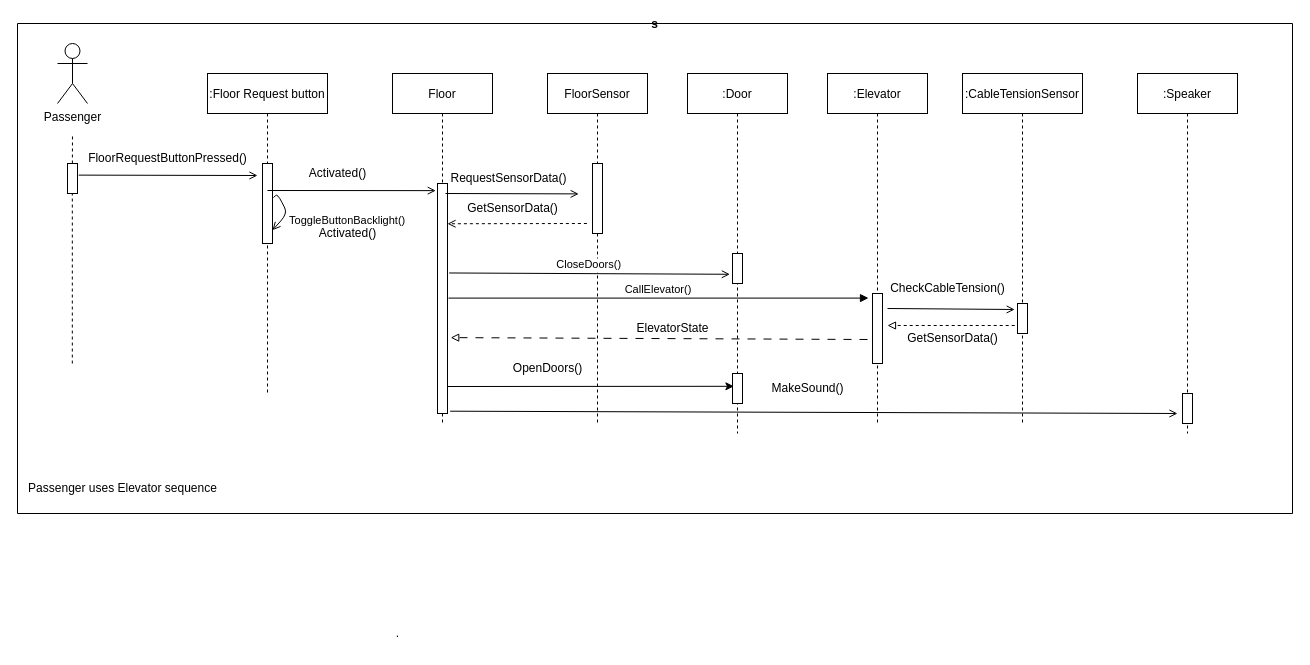
This is Sofware Design/Elevator Challenge/Passenger  sequence diagram.drawio from TiemonS/Tiemon-Steeghs-Semester-3-Repository, a draw.io file, before an edit. Source tidied: cells renumbered, new cells numbered last; positions are measured from the earlier drawing's top-left corner, leaving out a move shared by most shapes. Both pictures are drawn from the tidied source at 100%, with x=0, y=0 at pixel (17, 23).
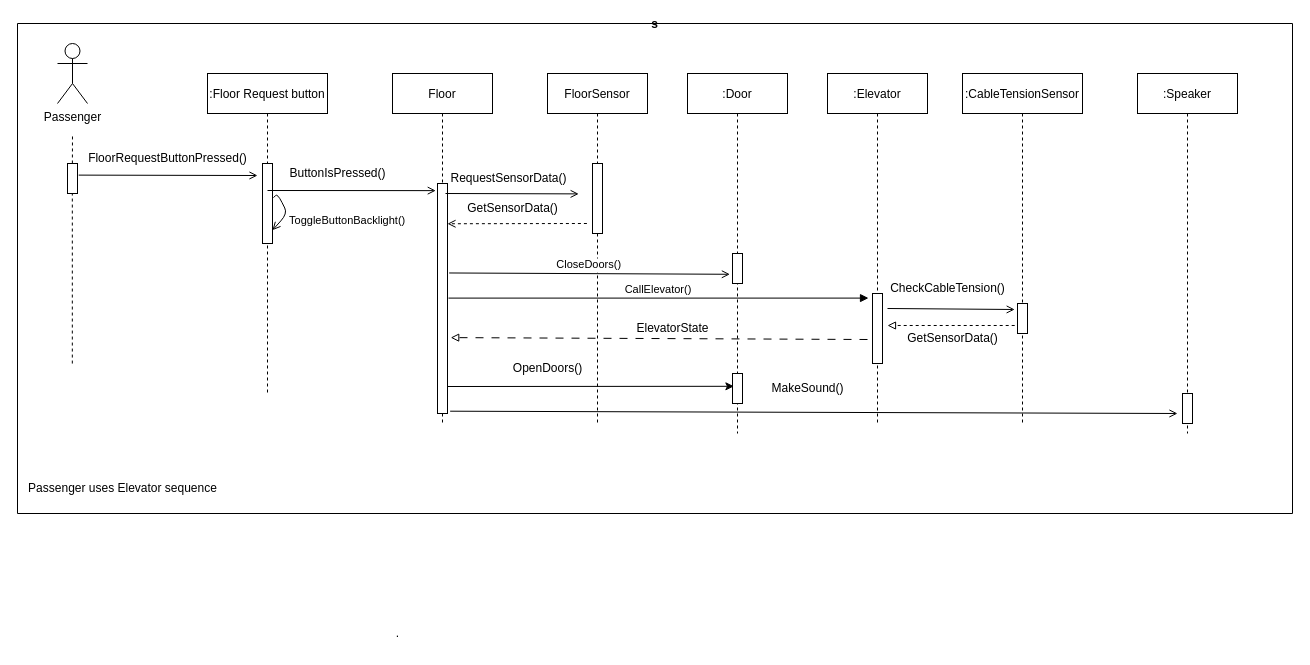
The same page after the edit.

Change to the diagram source:
```diff
@@
-    <mxCell id="43" value="Activated()" style="text;html=1;align=center;verticalAlign=middle;strokeColor=none;fillColor=none;" parent="1" vertex="1">
-      <mxGeometry x="290" y="195" width="80" height="30" as="geometry" />
-    </mxCell>
@@
-    <mxCell id="45" value="Activated()" style="text;html=1;align=center;verticalAlign=middle;strokeColor=none;fillColor=none;" parent="1" vertex="1">
-      <mxGeometry x="280" y="135" width="80" height="30" as="geometry" />
+    <mxCell id="45" value="ButtonIsPressed()" style="text;html=1;align=center;verticalAlign=middle;strokeColor=none;fillColor=none;" parent="1" vertex="1">
+      <mxGeometry x="260" y="135" width="120" height="30" as="geometry" />
     </mxCell>
```
